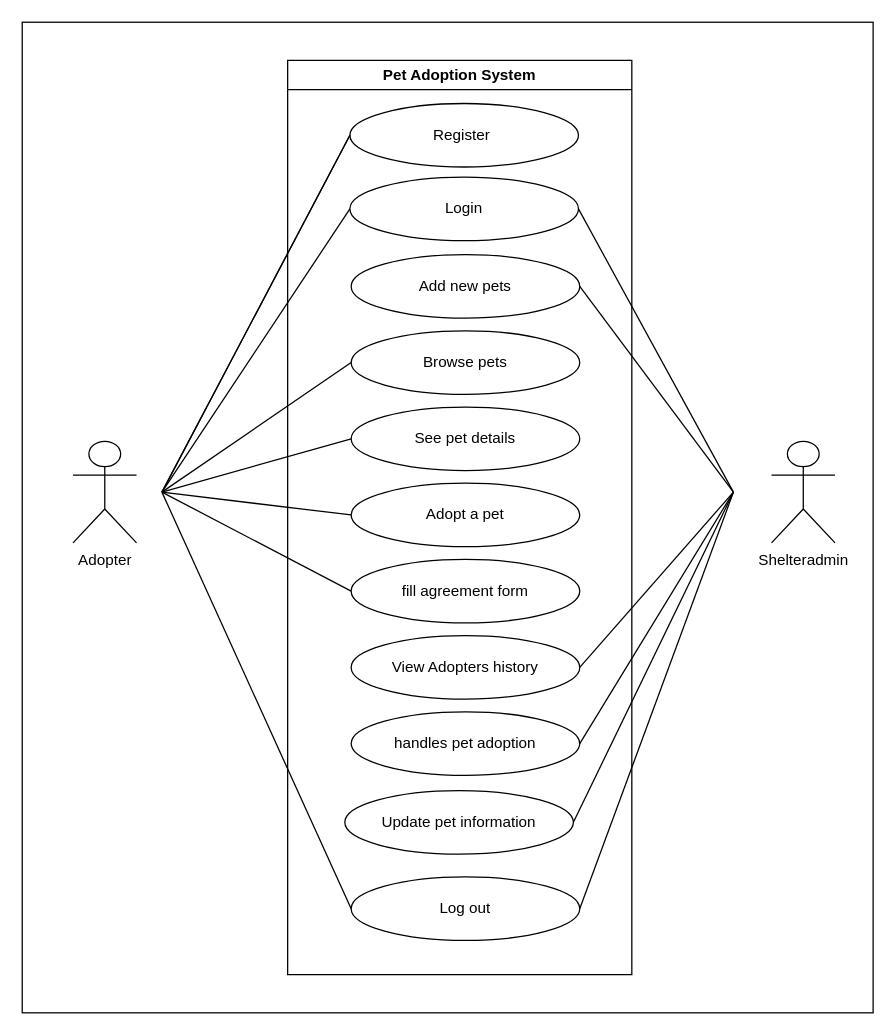
This is Pet_adoption/admin/usecase.drawio from sushilnemkul/pet-adoption, a draw.io file, before an edit. Source tidied: cells renumbered, new cells numbered last; positions are measured from the earlier drawing's top-left corner, leaving out a move shared by most shapes. Both pictures are drawn from the tidied source at 127%, with x=0, y=0 at pixel (22, 22).
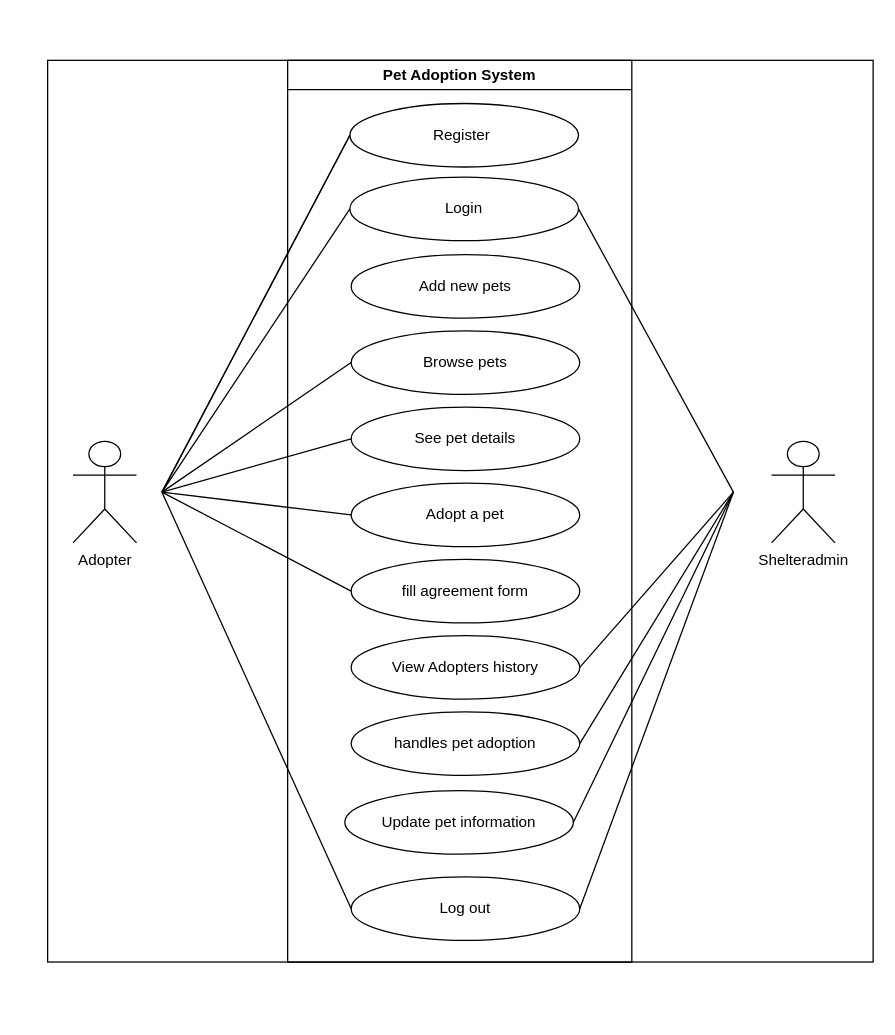
The same diagram, later.

Unchanged cells that the change refers to:
```xml
<mxCell id="5" value="Add new pets" style="ellipse;whiteSpace=wrap;html=1;align=center;" parent="4" vertex="1">
  <mxGeometry x="50" y="153" width="180" height="50" as="geometry" />
</mxCell>
```

What changed in the source:
```diff
@@
     <mxCell id="4" value="Pet Adoption System" style="swimlane;whiteSpace=wrap;html=1;" parent="1" vertex="1">
-      <mxGeometry x="209" y="30" width="271" height="720" as="geometry" />
+      <mxGeometry x="209" y="30" width="271" height="710" as="geometry" />
     </mxCell>
@@
-    <mxCell id="21" style="endArrow=none;html=1;entryX=1;entryY=0.5;entryDx=0;entryDy=0;" parent="1" edge="1" target="5">
-      <mxGeometry relative="1" as="geometry">
-        <mxPoint x="560" y="370" as="sourcePoint" />
-      </mxGeometry>
-    </mxCell>
@@
     <mxCell id="30" style="rounded=0;whiteSpace=wrap;html=1;fillColor=none;" parent="1" vertex="1">
-      <mxGeometry width="670" height="780" as="geometry" />
+      <mxGeometry x="20" y="30" width="650" height="710" as="geometry" />
     </mxCell>
```
